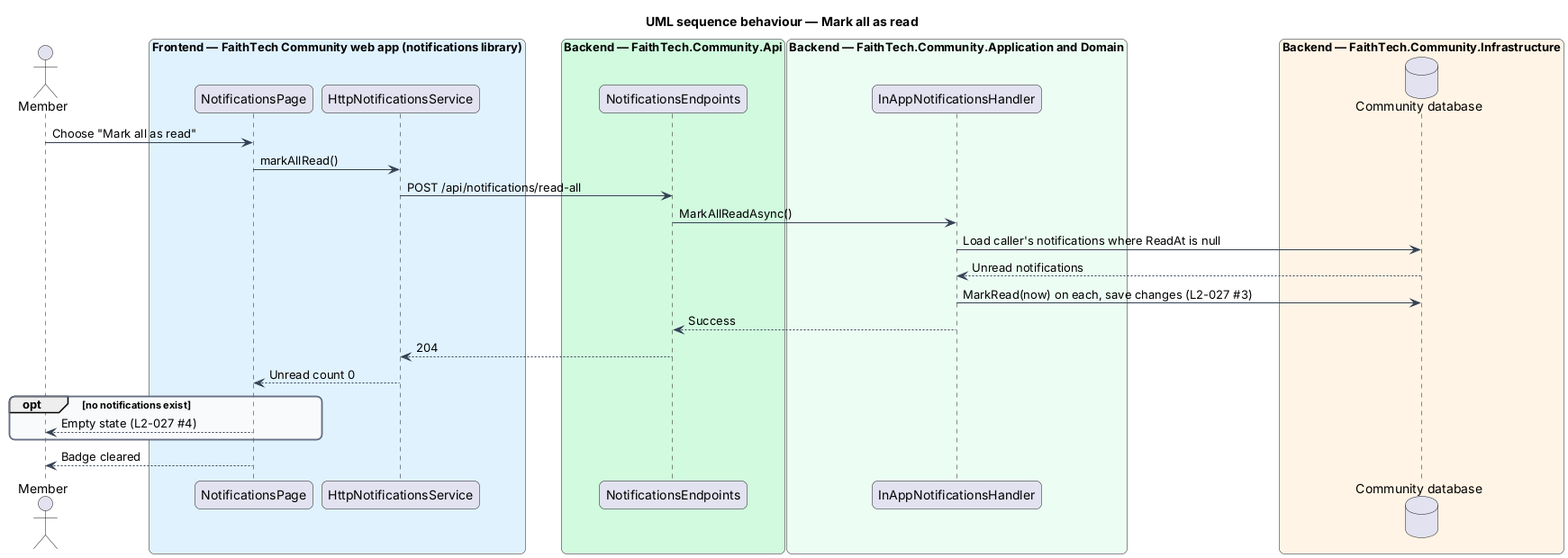
QuinntyneBrown/faithtech-community keeps this PlantUML diagram as docs/detailed-designs/notifications/in-app-notifications/diagrams/sequence-mark-all-read.png. Above is the earlier version. Its diagram source:
```plantuml
@startuml
title UML sequence behaviour — Mark all as read
skinparam backgroundColor #FFFFFF
skinparam shadowing false
skinparam roundcorner 12
skinparam defaultFontName Arial
skinparam ArrowColor #344054
skinparam rectangle {
  BorderColor #344054
  FontColor #101828
}
skinparam package {
  BorderColor #667085
  FontColor #101828
  BackgroundColor #F9FAFB
}
actor "Member" as actor
box "Frontend — FaithTech Community web app (notifications library)" #E0F2FE
  participant "NotificationsPage" as page
  participant "HttpNotificationsService" as client
end box
box "Backend — FaithTech.Community.Api" #D1FADF
  participant "NotificationsEndpoints" as ep
end box
box "Backend — FaithTech.Community.Application and Domain" #ECFDF3
  participant "InAppNotificationsHandler" as h
end box
box "Backend — FaithTech.Community.Infrastructure" #FFF4E5
  database "Community database" as db
end box
actor -> page : Choose "Mark all as read"
page -> client : markAllRead()
client -> ep : POST /api/notifications/read-all
ep -> h : MarkAllReadAsync()
h -> db : Load caller's notifications where ReadAt is null
db --> h : Unread notifications
h -> db : MarkRead(now) on each, save changes (L2-027 #3)
h --> ep : Success
ep --> client : 204
client --> page : Unread count 0
opt no notifications exist
  page --> actor : Empty state (L2-027 #4)
end
page --> actor : Badge cleared
@enduml
```
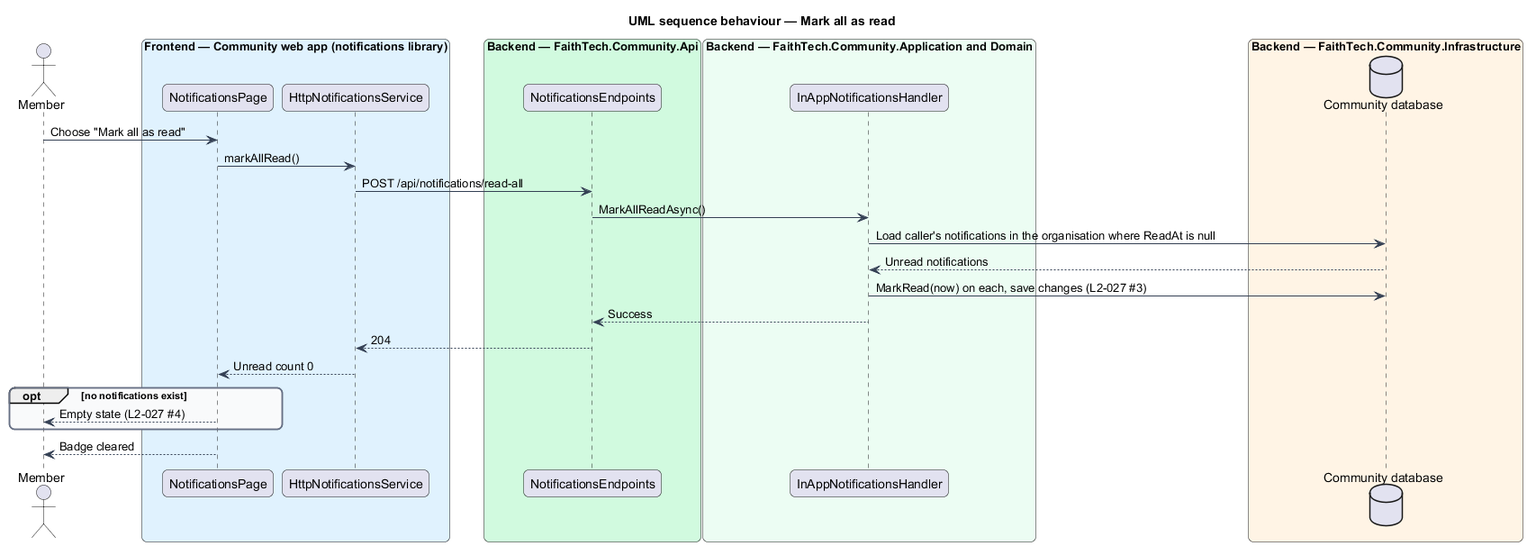
Above is the later version.

Diff of the diagram source:
```diff
@@ -15,7 +15,7 @@
   BackgroundColor #F9FAFB
 }
 actor "Member" as actor
-box "Frontend — FaithTech Community web app (notifications library)" #E0F2FE
+box "Frontend — Community web app (notifications library)" #E0F2FE
   participant "NotificationsPage" as page
   participant "HttpNotificationsService" as client
 end box
@@ -32,7 +32,7 @@
 page -> client : markAllRead()
 client -> ep : POST /api/notifications/read-all
 ep -> h : MarkAllReadAsync()
-h -> db : Load caller's notifications where ReadAt is null
+h -> db : Load caller's notifications in the organisation where ReadAt is null
 db --> h : Unread notifications
 h -> db : MarkRead(now) on each, save changes (L2-027 #3)
 h --> ep : Success
```
